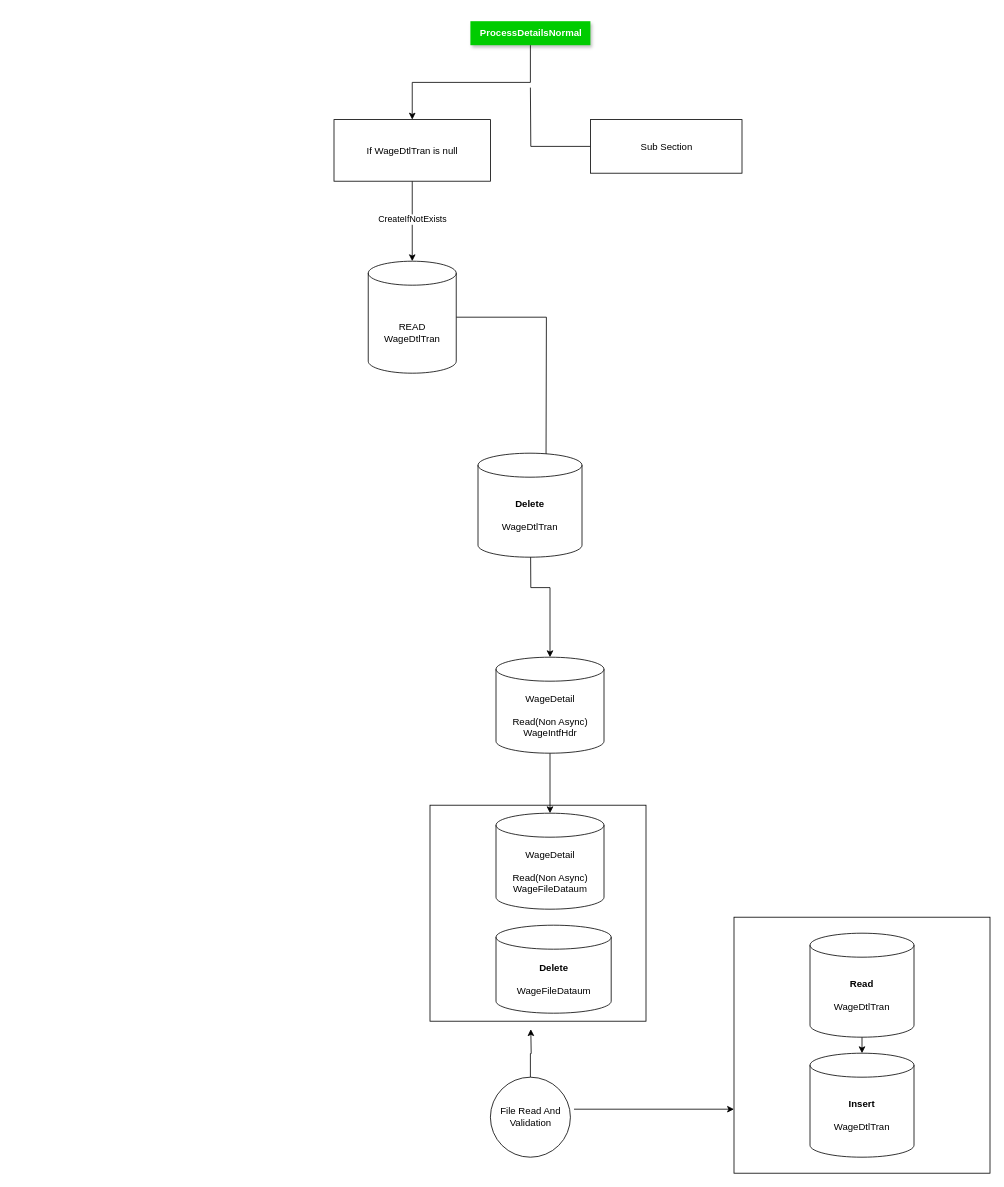
silnshadow/angular-clipboard-auto keeps this draw.io diagram as page "ProcessDetailsNormal" (8 of 9) of .github/DailyDiagram.drawio. Above is the earlier version. Source tidied: cells renumbered, new cells numbered last; positions are measured from the earlier drawing's top-left corner, leaving out a move shared by most shapes. Both pictures are drawn from the tidied source at 80%, with x=0, y=0 at pixel (334, 21).
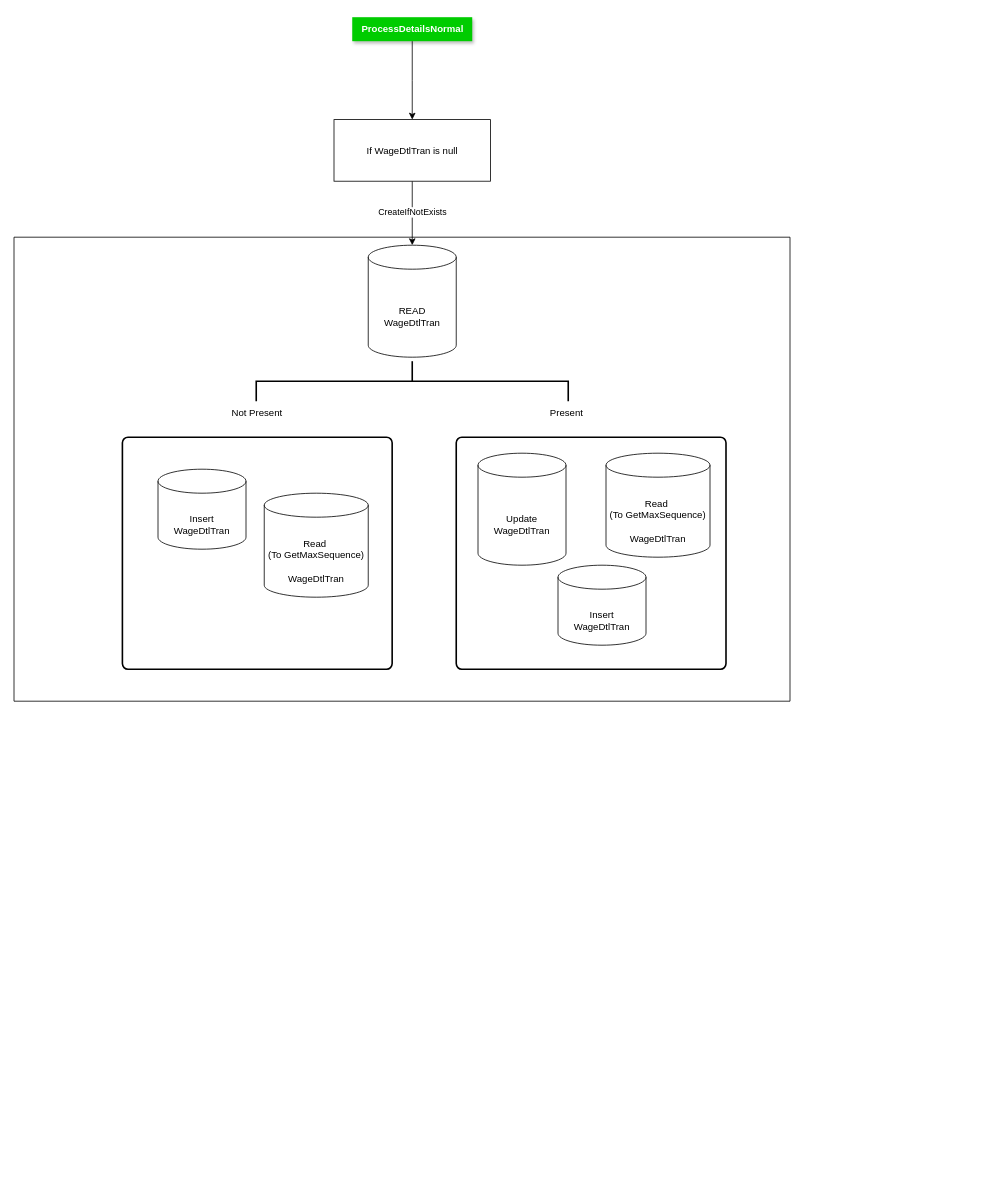
The same diagram, later.

The edit, as a diff of the source:
```diff
@@
-    <mxCell id="2" style="whiteSpace=wrap;html=1;" parent="1" vertex="1">
-      <mxGeometry x="500" y="1120" width="320" height="320" as="geometry" />
-    </mxCell>
-    <mxCell id="3" style="whiteSpace=wrap;html=1;" parent="1" vertex="1">
-      <mxGeometry x="120" y="980" width="270" height="270" as="geometry" />
-    </mxCell>
-    <mxCell id="4" style="edgeStyle=orthogonalEdgeStyle;rounded=0;jettySize=auto;html=1;" parent="1" edge="1" target="11">
-      <mxGeometry relative="1" as="geometry">
-        <mxPoint x="245.5" y="620" as="sourcePoint" />
-      </mxGeometry>
-    </mxCell>
+    <mxCell id="25" style="verticalLabelPosition=bottom;verticalAlign=top;html=1;shape=mxgraph.basic.rect;fillColor2=none;strokeWidth=1;size=20;indent=5;" parent="1" vertex="1">
+      <mxGeometry x="-400" y="270" width="970" height="580" as="geometry" />
+    </mxCell>
+    <mxCell id="26" style="rounded=1;whiteSpace=wrap;html=1;absoluteArcSize=1;arcSize=14;strokeWidth=2;" parent="1" vertex="1">
+      <mxGeometry x="152.8" y="520" width="337.2" height="290" as="geometry" />
+    </mxCell>
@@
     <mxCell id="7" value="&lt;font color=&quot;#ffffff&quot;&gt;&lt;b&gt;ProcessDetailsNormal&lt;/b&gt;&lt;/font&gt;" style="text;html=1;align=center;verticalAlign=middle;points=[];strokeColor=none;fillColor=#00CC00;shadow=1;" parent="1" vertex="1">
-      <mxGeometry x="170.5" width="150" height="30" as="geometry" />
+      <mxGeometry x="22.8" y="-5" width="150" height="30" as="geometry" />
     </mxCell>
-    <mxCell id="8" style="edgeStyle=orthogonalEdgeStyle;rounded=0;jettySize=auto;html=1;" parent="1" edge="1" source="9">
-      <mxGeometry relative="1" as="geometry">
-        <mxPoint x="265" y="560" as="targetPoint" />
-      </mxGeometry>
-    </mxCell>
     <mxCell id="9" value="&lt;div&gt;&lt;br&gt;&lt;/div&gt;READ&lt;br&gt;&lt;div&gt;&lt;div&gt;WageDtlTran&lt;/div&gt;&lt;/div&gt;" style="shape=cylinder3;whiteSpace=wrap;html=1;boundedLbl=1;backgroundOutline=1;size=15;" parent="1" vertex="1">
-      <mxGeometry x="42.8" y="300" width="110" height="140" as="geometry" />
+      <mxGeometry x="42.8" y="280" width="110" height="140" as="geometry" />
     </mxCell>
-    <mxCell id="10" style="edgeStyle=orthogonalEdgeStyle;rounded=0;jettySize=auto;html=1;" parent="1" edge="1" source="11" target="12">
-      <mxGeometry relative="1" as="geometry" />
-    </mxCell>
-    <mxCell id="11" value="WageDetail&lt;div&gt;&lt;br&gt;&lt;/div&gt;&lt;div&gt;Read(Non Async)&lt;br&gt;&lt;div&gt;WageIntfHdr&lt;/div&gt;&lt;/div&gt;" style="shape=cylinder3;whiteSpace=wrap;html=1;boundedLbl=1;backgroundOutline=1;size=15;" parent="1" vertex="1">
-      <mxGeometry x="202.5" y="795" width="135" height="120" as="geometry" />
-    </mxCell>
-    <mxCell id="12" value="WageDetail&lt;div&gt;&lt;br&gt;&lt;/div&gt;&lt;div&gt;Read(Non Async)&lt;br&gt;&lt;div&gt;WageFileDataum&lt;/div&gt;&lt;/div&gt;" style="shape=cylinder3;whiteSpace=wrap;html=1;boundedLbl=1;backgroundOutline=1;size=15;" parent="1" vertex="1">
-      <mxGeometry x="202.5" y="990" width="135" height="120" as="geometry" />
-    </mxCell>
-    <mxCell id="13" value="&lt;b&gt;Delete&lt;/b&gt;&lt;br&gt;&lt;div&gt;&lt;br&gt;&lt;div&gt;WageDtlTran&lt;/div&gt;&lt;/div&gt;" style="shape=cylinder3;whiteSpace=wrap;html=1;boundedLbl=1;backgroundOutline=1;size=15;" parent="1" vertex="1">
-      <mxGeometry x="180" y="540" width="130" height="130" as="geometry" />
-    </mxCell>
-    <mxCell id="14" value="&lt;b&gt;Delete&lt;/b&gt;&lt;br&gt;&lt;div&gt;&lt;br&gt;&lt;div&gt;WageFileDataum&lt;/div&gt;&lt;/div&gt;" style="shape=cylinder3;whiteSpace=wrap;html=1;boundedLbl=1;backgroundOutline=1;size=15;" parent="1" vertex="1">
-      <mxGeometry x="202.5" y="1130" width="144" height="110" as="geometry" />
-    </mxCell>
-    <mxCell id="15" style="edgeStyle=orthogonalEdgeStyle;rounded=0;jettySize=auto;html=1;" parent="1" edge="1" source="16">
-      <mxGeometry relative="1" as="geometry">
-        <mxPoint x="246" y="1260" as="targetPoint" />
-      </mxGeometry>
-    </mxCell>
-    <mxCell id="16" value="File Read And Validation" style="ellipse;whiteSpace=wrap;html=1;" parent="1" vertex="1">
-      <mxGeometry x="195.5" y="1320" width="100" height="100" as="geometry" />
-    </mxCell>
-    <mxCell id="17" value="&lt;b&gt;Insert&lt;/b&gt;&lt;br&gt;&lt;div&gt;&lt;br&gt;&lt;div&gt;WageDtlTran&lt;/div&gt;&lt;/div&gt;" style="shape=cylinder3;whiteSpace=wrap;html=1;boundedLbl=1;backgroundOutline=1;size=15;" parent="1" vertex="1">
-      <mxGeometry x="595" y="1290" width="130" height="130" as="geometry" />
-    </mxCell>
-    <mxCell id="18" style="endArrow=classic;html=1;rounded=0;" parent="1" edge="1" source="19" target="17">
-      <mxGeometry relative="1" as="geometry" />
-    </mxCell>
-    <mxCell id="19" value="&lt;b&gt;Read&lt;/b&gt;&lt;br&gt;&lt;div&gt;&lt;br&gt;&lt;div&gt;WageDtlTran&lt;/div&gt;&lt;/div&gt;" style="shape=cylinder3;whiteSpace=wrap;html=1;boundedLbl=1;backgroundOutline=1;size=15;" parent="1" vertex="1">
-      <mxGeometry x="595" y="1140" width="130" height="130" as="geometry" />
-    </mxCell>
-    <mxCell id="20" style="endArrow=classic;html=1;rounded=0;entryX=0;entryY=0.75;entryDx=0;entryDy=0;" parent="1" edge="1" target="2">
-      <mxGeometry relative="1" as="geometry">
-        <mxPoint x="300" y="1360" as="sourcePoint" />
-      </mxGeometry>
-    </mxCell>
-    <mxCell id="21" style="edgeStyle=orthogonalEdgeStyle;sourcePerimeterSpacing=0;targetPerimeterSpacing=0;startArrow=none;endArrow=none;rounded=0;targetPortConstraint=eastwest;sourcePortConstraint=northsouth;curved=0;rounded=0;entryX=0;entryY=0.5;entryDx=0;entryDy=0;" parent="1" edge="1" target="22">
-      <mxGeometry relative="1" as="geometry">
-        <mxPoint x="245.5" y="83" as="sourcePoint" />
-      </mxGeometry>
-    </mxCell>
-    <mxCell id="22" value="Sub Section" style="whiteSpace=wrap;html=1;align=center;verticalAlign=middle;" parent="1" vertex="1">
-      <mxGeometry x="320.5" y="123" width="189.5" height="67" as="geometry" />
-    </mxCell>
@@
+    <mxCell id="27" value="&lt;div&gt;&lt;br&gt;&lt;/div&gt;Update&lt;br&gt;&lt;div&gt;&lt;div&gt;WageDtlTran&lt;/div&gt;&lt;/div&gt;" style="shape=cylinder3;whiteSpace=wrap;html=1;boundedLbl=1;backgroundOutline=1;size=15;" parent="1" vertex="1">
+      <mxGeometry x="180" y="540" width="110" height="140" as="geometry" />
+    </mxCell>
+    <mxCell id="28" value="&lt;div&gt;&lt;br&gt;&lt;/div&gt;&lt;div&gt;Read&amp;nbsp;&lt;/div&gt;&lt;div&gt;(To GetMaxSequence)&lt;/div&gt;&lt;div&gt;&lt;br&gt;&lt;/div&gt;&lt;div&gt;&lt;div&gt;&lt;div&gt;WageDtlTran&lt;/div&gt;&lt;/div&gt;&lt;/div&gt;" style="shape=cylinder3;whiteSpace=wrap;html=1;boundedLbl=1;backgroundOutline=1;size=15;" parent="1" vertex="1">
+      <mxGeometry x="340" y="540" width="130" height="130" as="geometry" />
+    </mxCell>
+    <mxCell id="29" value="&lt;div&gt;&lt;br&gt;&lt;/div&gt;&lt;div&gt;Insert&lt;/div&gt;&lt;div&gt;&lt;div&gt;&lt;div&gt;WageDtlTran&lt;/div&gt;&lt;/div&gt;&lt;/div&gt;" style="shape=cylinder3;whiteSpace=wrap;html=1;boundedLbl=1;backgroundOutline=1;size=15;" parent="1" vertex="1">
+      <mxGeometry x="280" y="680" width="110" height="100" as="geometry" />
+    </mxCell>
+    <mxCell id="30" style="strokeWidth=2;html=1;shape=mxgraph.flowchart.annotation_2;align=left;labelPosition=right;rotation=90;" parent="1" vertex="1">
+      <mxGeometry x="72.8" y="255" width="50" height="390" as="geometry" />
+    </mxCell>
+    <mxCell id="31" style="rounded=1;whiteSpace=wrap;html=1;absoluteArcSize=1;arcSize=14;strokeWidth=2;" parent="1" vertex="1">
+      <mxGeometry x="-264.5" y="520" width="337.2" height="290" as="geometry" />
+    </mxCell>
+    <mxCell id="32" value="&lt;div&gt;&lt;br&gt;&lt;/div&gt;&lt;div&gt;Insert&lt;/div&gt;&lt;div&gt;&lt;div&gt;&lt;div&gt;WageDtlTran&lt;/div&gt;&lt;/div&gt;&lt;/div&gt;" style="shape=cylinder3;whiteSpace=wrap;html=1;boundedLbl=1;backgroundOutline=1;size=15;" parent="1" vertex="1">
+      <mxGeometry x="-220" y="560" width="110" height="100" as="geometry" />
+    </mxCell>
+    <mxCell id="33" value="&lt;div&gt;&lt;br&gt;&lt;/div&gt;&lt;div&gt;Read&amp;nbsp;&lt;/div&gt;&lt;div&gt;(To GetMaxSequence)&lt;/div&gt;&lt;div&gt;&lt;br&gt;&lt;/div&gt;&lt;div&gt;&lt;div&gt;&lt;div&gt;WageDtlTran&lt;/div&gt;&lt;/div&gt;&lt;/div&gt;" style="shape=cylinder3;whiteSpace=wrap;html=1;boundedLbl=1;backgroundOutline=1;size=15;" parent="1" vertex="1">
+      <mxGeometry x="-87.2" y="590" width="130" height="130" as="geometry" />
+    </mxCell>
+    <mxCell id="34" value="Not Present" style="text;html=1;align=center;verticalAlign=middle;whiteSpace=wrap;rounded=0;" parent="1" vertex="1">
+      <mxGeometry x="-148.8" y="475" width="105.9" height="30" as="geometry" />
+    </mxCell>
+    <mxCell id="35" value="Present" style="text;html=1;align=center;verticalAlign=middle;whiteSpace=wrap;rounded=0;" parent="1" vertex="1">
+      <mxGeometry x="260.5" y="475" width="60" height="30" as="geometry" />
+    </mxCell>
```
